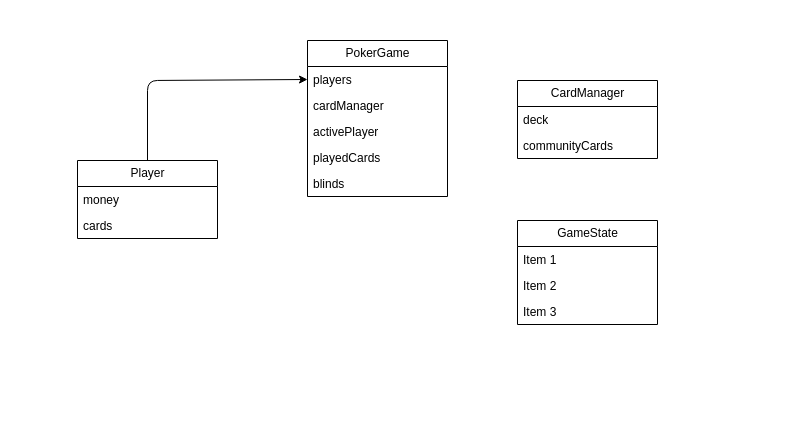
This is design/architecture.drawio from YSchilling/pokernight, a draw.io file, before an edit. Source tidied: cells renumbered, new cells numbered last; positions are measured from the earlier drawing's top-left corner, leaving out a move shared by most shapes. Both pictures are drawn from the tidied source at 100%, with x=0, y=0 at pixel (77, 40).
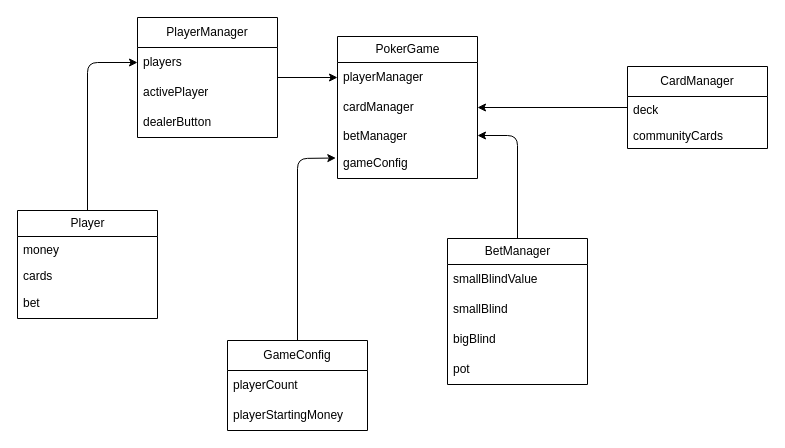
The same diagram, later.

Commit message:
finished inital architecture

Change to the diagram source:
```diff
@@
     <mxCell id="2" value="PokerGame" style="swimlane;fontStyle=0;horizontal=1;startSize=26;fillColor=none;html=1;" parent="1" vertex="1">
-      <mxGeometry x="230" width="140" height="156" as="geometry" />
+      <mxGeometry x="260" y="-4" width="140" height="142" as="geometry" />
     </mxCell>
-    <mxCell id="3" value="players" style="text;strokeColor=none;fillColor=none;align=left;verticalAlign=top;spacingLeft=4;spacingRight=4;overflow=hidden;points=[[0,0.5],[1,0.5]];portConstraint=eastwest;whiteSpace=wrap;html=1;" parent="2" vertex="1">
-      <mxGeometry y="26" width="140" height="26" as="geometry" />
-    </mxCell>
+    <mxCell id="19" value="playerManager" style="text;strokeColor=none;fillColor=none;align=left;verticalAlign=middle;spacingLeft=4;spacingRight=4;overflow=hidden;points=[[0,0.5],[1,0.5]];portConstraint=eastwest;whiteSpace=wrap;html=1;" parent="2" vertex="1">
+      <mxGeometry y="26" width="140" height="30" as="geometry" />
+    </mxCell>
+    <mxCell id="20" value="cardManager" style="text;strokeColor=none;fillColor=none;align=left;verticalAlign=middle;spacingLeft=4;spacingRight=4;overflow=hidden;points=[[0,0.5],[1,0.5]];portConstraint=eastwest;whiteSpace=wrap;html=1;" parent="2" vertex="1">
+      <mxGeometry y="56" width="140" height="30" as="geometry" />
+    </mxCell>
-    <mxCell id="4" value="cardManager" style="text;strokeColor=none;fillColor=none;align=left;verticalAlign=top;spacingLeft=4;spacingRight=4;overflow=hidden;points=[[0,0.5],[1,0.5]];portConstraint=eastwest;whiteSpace=wrap;html=1;" parent="2" vertex="1">
-      <mxGeometry y="52" width="140" height="26" as="geometry" />
+    <mxCell id="4" value="betManager" style="text;strokeColor=none;fillColor=none;align=left;verticalAlign=top;spacingLeft=4;spacingRight=4;overflow=hidden;points=[[0,0.5],[1,0.5]];portConstraint=eastwest;whiteSpace=wrap;html=1;" parent="2" vertex="1">
+      <mxGeometry y="86" width="140" height="26" as="geometry" />
     </mxCell>
-    <mxCell id="5" value="activePlayer" style="text;strokeColor=none;fillColor=none;align=left;verticalAlign=top;spacingLeft=4;spacingRight=4;overflow=hidden;whiteSpace=wrap;html=1;" parent="2" vertex="1">
-      <mxGeometry y="78" width="140" height="26" as="geometry" />
-    </mxCell>
-    <mxCell id="6" value="playedCards" style="text;strokeColor=none;fillColor=none;align=left;verticalAlign=top;spacingLeft=4;spacingRight=4;overflow=hidden;whiteSpace=wrap;html=1;" parent="2" vertex="1">
-      <mxGeometry y="104" width="140" height="26" as="geometry" />
-    </mxCell>
-    <mxCell id="7" value="blinds" style="text;strokeColor=none;fillColor=none;align=left;verticalAlign=top;spacingLeft=4;spacingRight=4;overflow=hidden;whiteSpace=wrap;html=1;" parent="2" vertex="1">
-      <mxGeometry y="130" width="140" height="26" as="geometry" />
-    </mxCell>
+    <mxCell id="21" value="gameConfig" style="text;strokeColor=none;fillColor=none;align=left;verticalAlign=middle;spacingLeft=4;spacingRight=4;overflow=hidden;points=[[0,0.5],[1,0.5]];portConstraint=eastwest;whiteSpace=wrap;html=1;" parent="2" vertex="1">
+      <mxGeometry y="112" width="140" height="30" as="geometry" />
+    </mxCell>
     <mxCell id="8" style="edgeStyle=none;html=1;entryX=0;entryY=0.5;entryDx=0;entryDy=0;" parent="1" edge="1" source="9" target="3">
       <mxGeometry relative="1" as="geometry">
         <Array as="points">
-          <mxPoint x="70" y="40" />
+          <mxPoint x="10" y="22" />
         </Array>
       </mxGeometry>
     </mxCell>
     <mxCell id="9" value="Player" style="swimlane;fontStyle=0;horizontal=1;startSize=26;fillColor=none;html=1;" parent="1" vertex="1">
-      <mxGeometry y="120" width="140" height="78" as="geometry" />
+      <mxGeometry x="-60" y="170" width="140" height="108" as="geometry" />
     </mxCell>
@@
+    <mxCell id="22" value="bet" style="text;strokeColor=none;fillColor=none;align=left;verticalAlign=middle;spacingLeft=4;spacingRight=4;overflow=hidden;whiteSpace=wrap;html=1;" parent="9" vertex="1">
+      <mxGeometry y="78" width="140" height="30" as="geometry" />
+    </mxCell>
+    <mxCell id="23" style="edgeStyle=none;html=1;entryX=1;entryY=0.5;entryDx=0;entryDy=0;" parent="1" edge="1" source="12" target="4">
+      <mxGeometry relative="1" as="geometry">
+        <Array as="points">
+          <mxPoint x="440" y="95" />
+        </Array>
+      </mxGeometry>
+    </mxCell>
-    <mxCell id="12" value="CardManager" style="swimlane;fontStyle=0;horizontal=1;startSize=26;fillColor=none;html=1;" parent="1" vertex="1">
-      <mxGeometry x="440" y="40" width="140" height="78" as="geometry" />
+    <mxCell id="12" value="BetManager" style="swimlane;fontStyle=0;horizontal=1;startSize=26;fillColor=none;html=1;" parent="1" vertex="1">
+      <mxGeometry x="370" y="198" width="140" height="146" as="geometry" />
     </mxCell>
+    <mxCell id="24" value="smallBlindValue" style="text;strokeColor=none;fillColor=none;align=left;verticalAlign=middle;spacingLeft=4;spacingRight=4;overflow=hidden;whiteSpace=wrap;html=1;" parent="12" vertex="1">
+      <mxGeometry y="26" width="140" height="30" as="geometry" />
+    </mxCell>
+    <mxCell id="25" value="smallBlind" style="text;strokeColor=none;fillColor=none;align=left;verticalAlign=middle;spacingLeft=4;spacingRight=4;overflow=hidden;whiteSpace=wrap;html=1;" parent="12" vertex="1">
+      <mxGeometry y="56" width="140" height="30" as="geometry" />
+    </mxCell>
+    <mxCell id="26" value="bigBlind" style="text;strokeColor=none;fillColor=none;align=left;verticalAlign=middle;spacingLeft=4;spacingRight=4;overflow=hidden;whiteSpace=wrap;html=1;" parent="12" vertex="1">
+      <mxGeometry y="86" width="140" height="30" as="geometry" />
+    </mxCell>
+    <mxCell id="27" value="pot" style="text;strokeColor=none;fillColor=none;align=left;verticalAlign=middle;spacingLeft=4;spacingRight=4;overflow=hidden;whiteSpace=wrap;html=1;" parent="12" vertex="1">
+      <mxGeometry y="116" width="140" height="30" as="geometry" />
+    </mxCell>
+    <mxCell id="28" style="edgeStyle=none;html=1;entryX=1;entryY=0.5;entryDx=0;entryDy=0;" parent="1" edge="1" source="29" target="20">
+      <mxGeometry relative="1" as="geometry" />
+    </mxCell>
+    <mxCell id="29" value="CardManager" style="swimlane;fontStyle=0;horizontal=1;startSize=30;whiteSpace=wrap;html=1;" parent="1" vertex="1">
+      <mxGeometry x="550" y="26" width="140" height="82" as="geometry" />
+    </mxCell>
-    <mxCell id="13" value="deck" style="text;strokeColor=none;fillColor=none;align=left;verticalAlign=top;spacingLeft=4;spacingRight=4;overflow=hidden;whiteSpace=wrap;html=1;" parent="12" vertex="1">
-      <mxGeometry y="26" width="140" height="26" as="geometry" />
+    <mxCell id="13" value="deck" style="text;strokeColor=none;fillColor=none;align=left;verticalAlign=top;spacingLeft=4;spacingRight=4;overflow=hidden;whiteSpace=wrap;html=1;" parent="29" vertex="1">
+      <mxGeometry y="30" width="140" height="26" as="geometry" />
     </mxCell>
-    <mxCell id="14" value="communityCards" style="text;strokeColor=none;fillColor=none;align=left;verticalAlign=top;spacingLeft=4;spacingRight=4;overflow=hidden;whiteSpace=wrap;html=1;" parent="12" vertex="1">
-      <mxGeometry y="52" width="140" height="26" as="geometry" />
+    <mxCell id="14" value="communityCards" style="text;strokeColor=none;fillColor=none;align=left;verticalAlign=top;spacingLeft=4;spacingRight=4;overflow=hidden;whiteSpace=wrap;html=1;" parent="29" vertex="1">
+      <mxGeometry y="56" width="140" height="26" as="geometry" />
     </mxCell>
-    <mxCell id="15" value="GameState" style="swimlane;fontStyle=0;horizontal=1;startSize=26;fillColor=none;html=1;" parent="1" vertex="1">
-      <mxGeometry x="440" y="180" width="140" height="104" as="geometry" />
-    </mxCell>
-    <mxCell id="16" value="Item 1" style="text;strokeColor=none;fillColor=none;align=left;verticalAlign=top;spacingLeft=4;spacingRight=4;overflow=hidden;whiteSpace=wrap;html=1;" parent="15" vertex="1">
-      <mxGeometry y="26" width="140" height="26" as="geometry" />
-    </mxCell>
-    <mxCell id="17" value="Item 2" style="text;strokeColor=none;fillColor=none;align=left;verticalAlign=top;spacingLeft=4;spacingRight=4;overflow=hidden;whiteSpace=wrap;html=1;" parent="15" vertex="1">
-      <mxGeometry y="52" width="140" height="26" as="geometry" />
-    </mxCell>
-    <mxCell id="18" value="Item 3" style="text;strokeColor=none;fillColor=none;align=left;verticalAlign=top;spacingLeft=4;spacingRight=4;overflow=hidden;whiteSpace=wrap;html=1;" parent="15" vertex="1">
-      <mxGeometry y="78" width="140" height="26" as="geometry" />
-    </mxCell>
+    <mxCell id="30" style="edgeStyle=none;html=1;entryX=0;entryY=0.5;entryDx=0;entryDy=0;" parent="1" edge="1" source="31" target="19">
+      <mxGeometry relative="1" as="geometry" />
+    </mxCell>
+    <mxCell id="31" value="PlayerManager" style="swimlane;fontStyle=0;horizontal=1;startSize=30;whiteSpace=wrap;html=1;" parent="1" vertex="1">
+      <mxGeometry x="60" y="-23" width="140" height="120" as="geometry" />
+    </mxCell>
+    <mxCell id="3" value="players" style="text;strokeColor=none;fillColor=none;align=left;verticalAlign=middle;spacingLeft=4;spacingRight=4;overflow=hidden;points=[[0,0.5],[1,0.5]];portConstraint=eastwest;whiteSpace=wrap;html=1;" parent="31" vertex="1">
+      <mxGeometry y="30" width="140" height="30" as="geometry" />
+    </mxCell>
+    <mxCell id="5" value="activePlayer" style="text;strokeColor=none;fillColor=none;align=left;verticalAlign=middle;spacingLeft=4;spacingRight=4;overflow=hidden;whiteSpace=wrap;html=1;" parent="31" vertex="1">
+      <mxGeometry y="60" width="140" height="30" as="geometry" />
+    </mxCell>
+    <mxCell id="32" value="dealerButton" style="text;strokeColor=none;fillColor=none;align=left;verticalAlign=middle;spacingLeft=4;spacingRight=4;overflow=hidden;whiteSpace=wrap;html=1;" parent="31" vertex="1">
+      <mxGeometry y="90" width="140" height="30" as="geometry" />
+    </mxCell>
+    <mxCell id="33" style="edgeStyle=none;html=1;entryX=-0.012;entryY=0.317;entryDx=0;entryDy=0;entryPerimeter=0;" parent="1" edge="1" source="34" target="21">
+      <mxGeometry relative="1" as="geometry">
+        <Array as="points">
+          <mxPoint x="220" y="118" />
+        </Array>
+      </mxGeometry>
+    </mxCell>
+    <mxCell id="34" value="GameConfig" style="swimlane;fontStyle=0;horizontal=1;startSize=30;whiteSpace=wrap;html=1;" parent="1" vertex="1">
+      <mxGeometry x="150" y="300" width="140" height="90" as="geometry" />
+    </mxCell>
+    <mxCell id="35" value="playerCount" style="text;strokeColor=none;fillColor=none;align=left;verticalAlign=middle;spacingLeft=4;spacingRight=4;overflow=hidden;whiteSpace=wrap;html=1;" parent="34" vertex="1">
+      <mxGeometry y="30" width="140" height="30" as="geometry" />
+    </mxCell>
+    <mxCell id="36" value="playerStartingMoney" style="text;strokeColor=none;fillColor=none;align=left;verticalAlign=middle;spacingLeft=4;spacingRight=4;overflow=hidden;whiteSpace=wrap;html=1;" parent="34" vertex="1">
+      <mxGeometry y="60" width="140" height="30" as="geometry" />
+    </mxCell>
```
